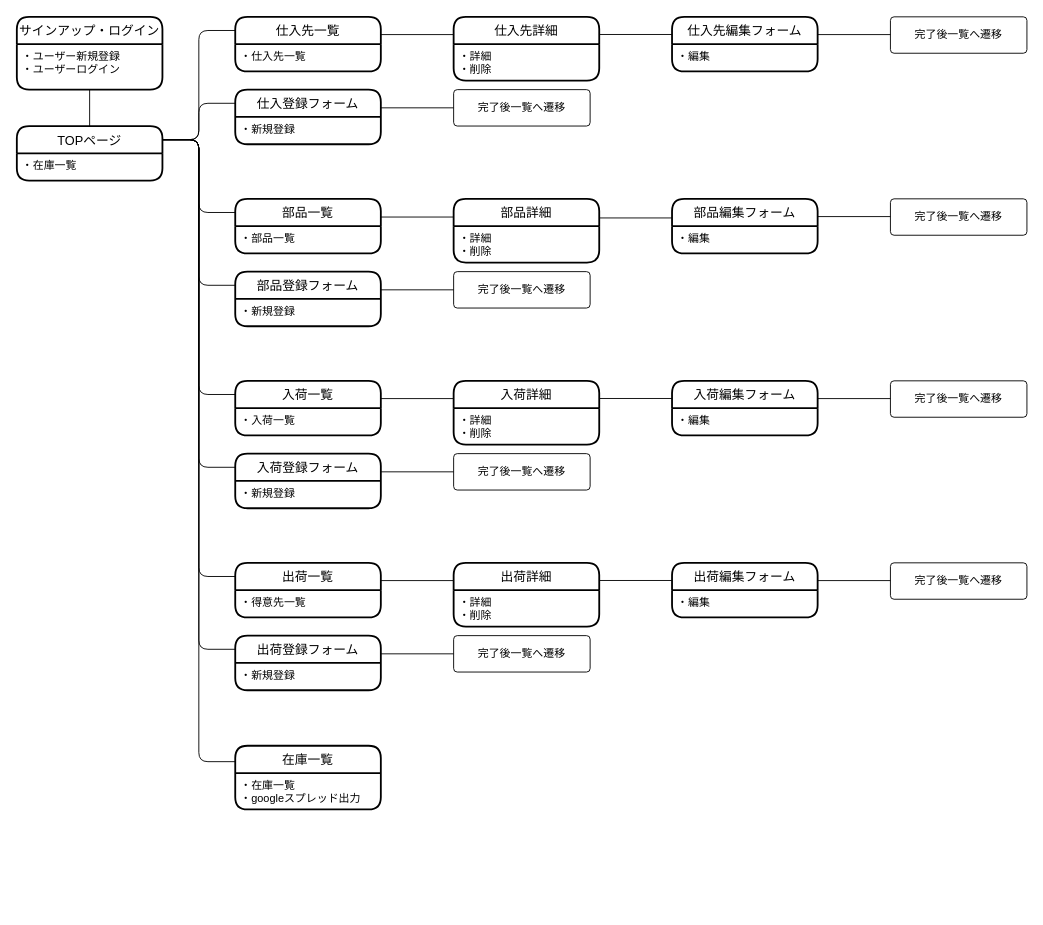
Earlier version of the draw.io diagram transition.dio (goayasushi/zaiko). Source tidied: cells renumbered, new cells numbered last; positions are measured from the earlier drawing's top-left corner, leaving out a move shared by most shapes. Both pictures are drawn from the tidied source at 91%, with x=0, y=0 at pixel (16, 16).
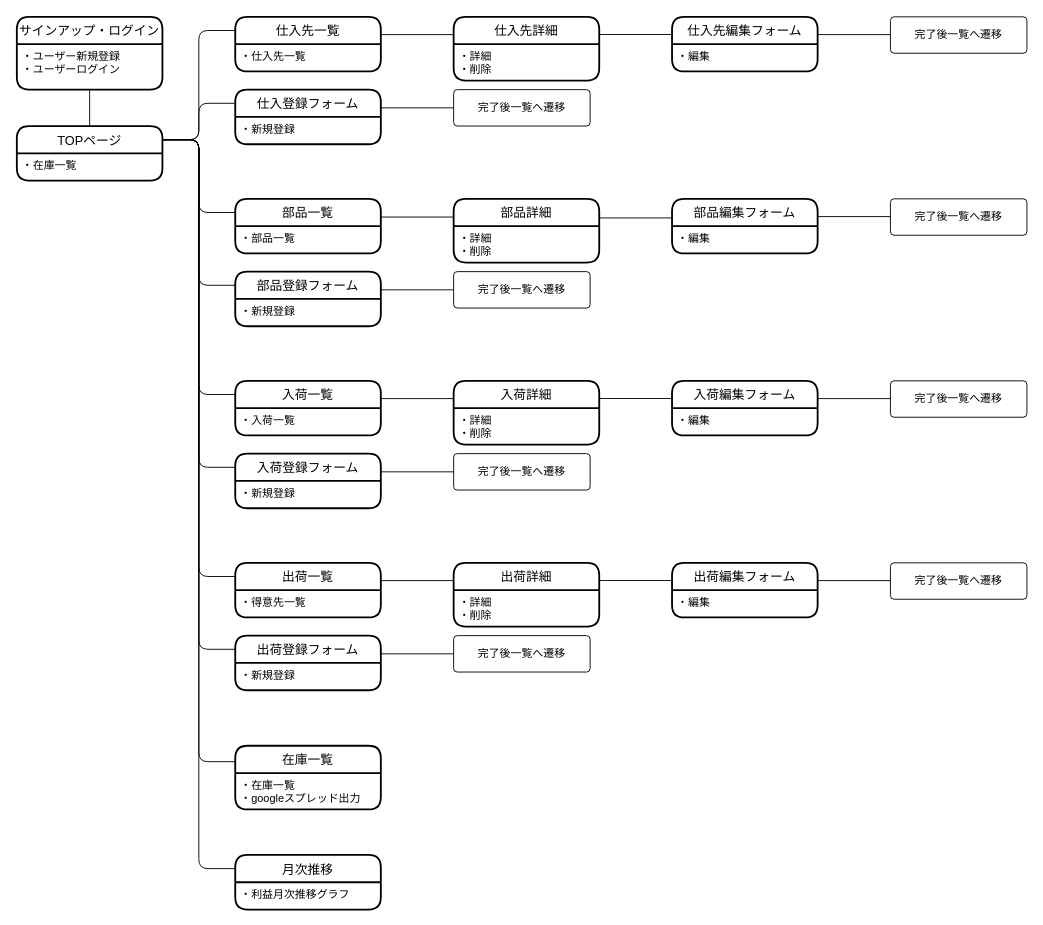
The same diagram, later.

The change refers to these unchanged cells:
```xml
<mxCell id="11" value="TOPページ" style="swimlane;horizontal=1;startSize=30;rounded=1;fontSize=14;fontStyle=0;strokeWidth=2;shadow=0;dashed=0;align=center;" parent="1" vertex="1">
  <mxGeometry y="120" width="160" height="60" as="geometry" />
</mxCell>
```

What changed in the source:
```diff
@@
+    <mxCell id="74" style="edgeStyle=orthogonalEdgeStyle;html=1;exitX=1;exitY=0.25;exitDx=0;exitDy=0;entryX=0;entryY=0.25;entryDx=0;entryDy=0;endArrow=none;endFill=0;" parent="1" edge="1" source="11" target="75">
+      <mxGeometry relative="1" as="geometry" />
+    </mxCell>
@@
+    <mxCell id="75" value="月次推移" style="swimlane;horizontal=1;startSize=30;rounded=1;fontSize=14;fontStyle=0;strokeWidth=2;shadow=0;dashed=0;align=center;" parent="1" vertex="1">
+      <mxGeometry x="240" y="921" width="160" height="60" as="geometry" />
+    </mxCell>
+    <mxCell id="76" value="・利益月次推移グラフ" style="align=left;strokeColor=none;fillColor=none;spacingLeft=4;fontSize=12;verticalAlign=top;" parent="75" vertex="1">
+      <mxGeometry y="30" width="160" height="30" as="geometry" />
+    </mxCell>
```
